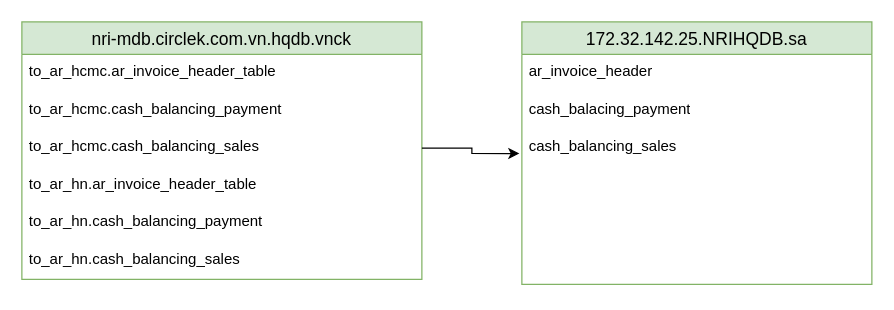
Above: page "EBR" (1 of 3) of Data links.drawio in phongdd/CK-Flows (draw.io), before the change. Source tidied: cells renumbered, new cells numbered last; positions are measured from the earlier drawing's top-left corner, leaving out a move shared by most shapes. Both pictures are drawn from the tidied source at 125%, with x=0, y=0 at pixel (21, 21).
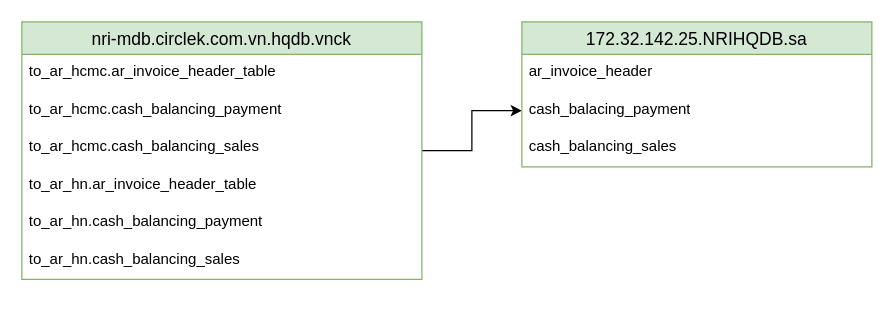
The same page after the edit.

Diff of the diagram source:
```diff
@@
 <mxGraphModel>
   <root>
     <mxCell id="0" />
     <mxCell id="1" parent="0" />
+    <mxCell id="14" style="edgeStyle=orthogonalEdgeStyle;rounded=0;jettySize=auto;html=1;entryX=0;entryY=0.5;entryDx=0;entryDy=0;" parent="1" edge="1" source="2" target="11">
+      <mxGeometry relative="1" as="geometry" />
+    </mxCell>
     <mxCell id="2" value="nri-mdb.circlek.com.vn.hqdb.vnck" style="swimlane;fontStyle=0;horizontal=1;startSize=26;align=center;fontSize=14;fillColor=#d5e8d4;strokeColor=#82b366;" parent="1" vertex="1">
       <mxGeometry width="320" height="206" as="geometry" />
     </mxCell>
     <mxCell id="3" value="to_ar_hcmc.ar_invoice_header_table" style="text;strokeColor=none;fillColor=none;spacingLeft=4;spacingRight=4;overflow=hidden;fontSize=12;whiteSpace=wrap;html=1;" parent="2" vertex="1">
       <mxGeometry y="26" width="320" height="30" as="geometry" />
     </mxCell>
     <mxCell id="4" value="to_ar_hcmc.cash_balancing_payment&amp;nbsp;" style="text;strokeColor=none;fillColor=none;spacingLeft=4;spacingRight=4;overflow=hidden;fontSize=12;whiteSpace=wrap;html=1;" parent="2" vertex="1">
       <mxGeometry y="56" width="320" height="30" as="geometry" />
     </mxCell>
     <mxCell id="5" value="to_ar_hcmc.cash_balancing_sales&amp;nbsp;" style="text;strokeColor=none;fillColor=none;spacingLeft=4;spacingRight=4;overflow=hidden;points=[[0,0.5],[1,0.5]];portConstraint=eastwest;fontSize=12;whiteSpace=wrap;html=1;" parent="2" vertex="1">
       <mxGeometry y="86" width="320" height="30" as="geometry" />
     </mxCell>
     <mxCell id="6" value="to_ar_hn.ar_invoice_header_table&amp;nbsp;" style="text;strokeColor=none;fillColor=none;spacingLeft=4;spacingRight=4;overflow=hidden;fontSize=12;whiteSpace=wrap;html=1;" parent="2" vertex="1">
       <mxGeometry y="116" width="320" height="30" as="geometry" />
     </mxCell>
     <mxCell id="7" value="to_ar_hn.cash_balancing_payment&amp;nbsp;" style="text;strokeColor=none;fillColor=none;spacingLeft=4;spacingRight=4;overflow=hidden;fontSize=12;whiteSpace=wrap;html=1;" parent="2" vertex="1">
       <mxGeometry y="146" width="320" height="30" as="geometry" />
     </mxCell>
     <mxCell id="8" value="to_ar_hn.cash_balancing_sales&amp;nbsp;" style="text;strokeColor=none;fillColor=none;spacingLeft=4;spacingRight=4;overflow=hidden;fontSize=12;whiteSpace=wrap;html=1;" parent="2" vertex="1">
       <mxGeometry y="176" width="320" height="30" as="geometry" />
     </mxCell>
     <mxCell id="9" value="172.32.142.25.NRIHQDB.sa" style="swimlane;fontStyle=0;horizontal=1;startSize=26;align=center;fontSize=14;fillColor=#d5e8d4;strokeColor=#82b366;" parent="1" vertex="1">
-      <mxGeometry x="400" width="280" height="210" as="geometry" />
+      <mxGeometry x="400" width="280" height="116" as="geometry" />
     </mxCell>
     <mxCell id="10" value="ar_invoice_header" style="text;strokeColor=none;fillColor=none;spacingLeft=4;spacingRight=4;overflow=hidden;fontSize=12;whiteSpace=wrap;html=1;" parent="9" vertex="1">
       <mxGeometry y="26" width="280" height="30" as="geometry" />
     </mxCell>
     <mxCell id="11" value="cash_balacing_payment" style="text;strokeColor=none;fillColor=none;spacingLeft=4;spacingRight=4;overflow=hidden;points=[[0,0.5],[1,0.5]];portConstraint=eastwest;fontSize=12;whiteSpace=wrap;html=1;" parent="9" vertex="1">
       <mxGeometry y="56" width="280" height="30" as="geometry" />
     </mxCell>
     <mxCell id="12" value="cash_balancing_sales" style="text;strokeColor=none;fillColor=none;spacingLeft=4;spacingRight=4;overflow=hidden;points=[[0,0.5],[1,0.5]];portConstraint=eastwest;fontSize=12;whiteSpace=wrap;html=1;" parent="9" vertex="1">
-      <mxGeometry y="86" width="280" height="124" as="geometry" />
+      <mxGeometry y="86" width="280" height="30" as="geometry" />
     </mxCell>
-    <mxCell id="13" style="edgeStyle=orthogonalEdgeStyle;rounded=0;jettySize=auto;html=1;entryX=-0.007;entryY=0.156;entryDx=0;entryDy=0;entryPerimeter=0;" parent="1" edge="1" source="5" target="12">
-      <mxGeometry relative="1" as="geometry" />
-    </mxCell>
   </root>
 </mxGraphModel>
```
